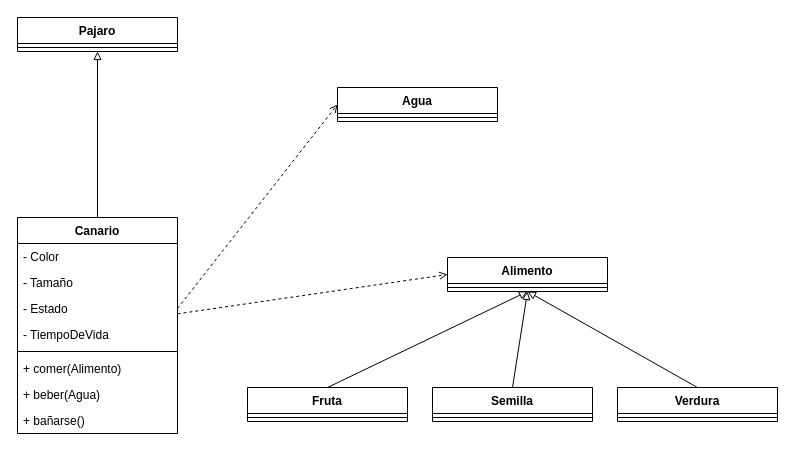
repocdlf/actividades-up keeps this draw.io diagram as page "DA1" (1 of 2) of analisis-de-sistemas/Diagrama de clases.drawio. Above is the earlier version. Source tidied: cells renumbered, new cells numbered last; positions are measured from the earlier drawing's top-left corner, leaving out a move shared by most shapes. Both pictures are drawn from the tidied source at 100%, with x=0, y=0 at pixel (17, 17).
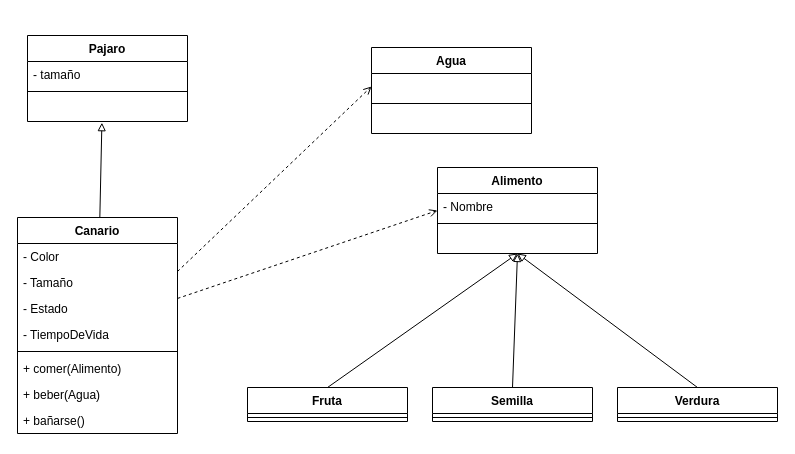
The same page after the edit.

The change refers to these unchanged cells:
```xml
<mxCell id="4" value="Canario" style="swimlane;fontStyle=1;align=center;verticalAlign=top;horizontal=1;startSize=26;whiteSpace=wrap;html=1;" parent="1" vertex="1">
  <mxGeometry y="200" width="160" height="216" as="geometry" />
</mxCell>
<mxCell id="7" value="- Estado" style="text;strokeColor=none;fillColor=none;align=left;verticalAlign=top;spacingLeft=4;spacingRight=4;overflow=hidden;points=[[0,0.5],[1,0.5]];portConstraint=eastwest;whiteSpace=wrap;html=1;" parent="4" vertex="1">
  <mxGeometry y="78" width="160" height="26" as="geometry" />
</mxCell>
<mxCell id="24" value="Verdura" style="swimlane;fontStyle=1;align=center;verticalAlign=top;horizontal=1;startSize=26;whiteSpace=wrap;html=1;" parent="1" vertex="1">
  <mxGeometry x="600" y="370" width="160" height="34" as="geometry" />
</mxCell>
```

Change to the diagram source:
```diff
@@
-    <mxCell id="2" style="edgeStyle=orthogonalEdgeStyle;rounded=0;jettySize=auto;html=1;entryX=0.5;entryY=1;entryDx=0;entryDy=0;endArrow=block;endFill=0;" parent="1" edge="1" source="4" target="13">
+    <mxCell id="2" style="rounded=0;jettySize=auto;html=1;entryX=0.465;entryY=1.046;entryDx=0;entryDy=0;endArrow=block;endFill=0;entryPerimeter=0;" parent="1" edge="1" source="4" target="34">
       <mxGeometry relative="1" as="geometry" />
     </mxCell>
@@
-    <mxCell id="13" value="Pajaro" style="swimlane;fontStyle=1;align=center;verticalAlign=top;horizontal=1;startSize=26;whiteSpace=wrap;html=1;" parent="1" vertex="1">
-      <mxGeometry width="160" height="34" as="geometry" />
-    </mxCell>
-    <mxCell id="14" style="line;strokeWidth=1;fillColor=none;align=left;verticalAlign=middle;spacingTop=-1;spacingLeft=3;spacingRight=3;labelPosition=right;strokeColor=inherit;" parent="13" vertex="1">
-      <mxGeometry y="26" width="160" height="8" as="geometry" />
-    </mxCell>
-    <mxCell id="15" value="Alimento" style="swimlane;fontStyle=1;align=center;verticalAlign=top;horizontal=1;startSize=26;whiteSpace=wrap;html=1;" parent="1" vertex="1">
-      <mxGeometry x="430" y="240" width="160" height="34" as="geometry" />
-    </mxCell>
-    <mxCell id="16" style="line;strokeWidth=1;fillColor=none;align=left;verticalAlign=middle;spacingTop=-1;spacingLeft=3;spacingRight=3;labelPosition=right;strokeColor=inherit;" parent="15" vertex="1">
-      <mxGeometry y="26" width="160" height="8" as="geometry" />
-    </mxCell>
@@
-    <mxCell id="23" style="rounded=0;jettySize=auto;html=1;entryX=0.5;entryY=1;entryDx=0;entryDy=0;exitX=0.5;exitY=0;exitDx=0;exitDy=0;endArrow=block;endFill=0;" parent="1" edge="1" source="24" target="15">
+    <mxCell id="23" style="rounded=0;jettySize=auto;html=1;exitX=0.5;exitY=0;exitDx=0;exitDy=0;endArrow=block;endFill=0;entryX=0.5;entryY=1;entryDx=0;entryDy=0;" parent="1" edge="1" source="24" target="15">
       <mxGeometry relative="1" as="geometry" />
     </mxCell>
@@
+    <mxCell id="28" style="rounded=0;jettySize=auto;html=1;entryX=0;entryY=0.5;entryDx=0;entryDy=0;exitX=1;exitY=0.25;exitDx=0;exitDy=0;dashed=1;endArrow=open;endFill=0;" parent="1" edge="1" source="4" target="35">
+      <mxGeometry relative="1" as="geometry" />
+    </mxCell>
+    <mxCell id="15" value="Alimento" style="swimlane;fontStyle=1;align=center;verticalAlign=top;horizontal=1;startSize=26;whiteSpace=wrap;html=1;" parent="1" vertex="1">
+      <mxGeometry x="420" y="150" width="160" height="86" as="geometry" />
+    </mxCell>
+    <mxCell id="29" value="- Nombre" style="text;strokeColor=none;fillColor=none;align=left;verticalAlign=top;spacingLeft=4;spacingRight=4;overflow=hidden;whiteSpace=wrap;html=1;" parent="15" vertex="1">
+      <mxGeometry y="26" width="160" height="26" as="geometry" />
+    </mxCell>
+    <mxCell id="30" style="line;strokeWidth=1;fillColor=none;align=left;verticalAlign=middle;spacingTop=-1;spacingLeft=3;spacingRight=3;labelPosition=right;strokeColor=inherit;" parent="15" vertex="1">
+      <mxGeometry y="52" width="160" height="8" as="geometry" />
+    </mxCell>
+    <mxCell id="31" value="&amp;nbsp;" style="text;strokeColor=none;fillColor=none;align=left;verticalAlign=top;spacingLeft=4;spacingRight=4;overflow=hidden;whiteSpace=wrap;html=1;" parent="15" vertex="1">
+      <mxGeometry y="60" width="160" height="26" as="geometry" />
+    </mxCell>
+    <mxCell id="13" value="Pajaro" style="swimlane;fontStyle=1;align=center;verticalAlign=top;horizontal=1;startSize=26;whiteSpace=wrap;html=1;" parent="1" vertex="1">
+      <mxGeometry x="10" y="18" width="160" height="86" as="geometry" />
+    </mxCell>
+    <mxCell id="32" value="- tamaño" style="text;strokeColor=none;fillColor=none;align=left;verticalAlign=top;spacingLeft=4;spacingRight=4;overflow=hidden;whiteSpace=wrap;html=1;" parent="13" vertex="1">
+      <mxGeometry y="26" width="160" height="26" as="geometry" />
+    </mxCell>
+    <mxCell id="33" style="line;strokeWidth=1;fillColor=none;align=left;verticalAlign=middle;spacingTop=-1;spacingLeft=3;spacingRight=3;labelPosition=right;strokeColor=inherit;" parent="13" vertex="1">
+      <mxGeometry y="52" width="160" height="8" as="geometry" />
+    </mxCell>
+    <mxCell id="34" value="&amp;nbsp;" style="text;strokeColor=none;fillColor=none;align=left;verticalAlign=top;spacingLeft=4;spacingRight=4;overflow=hidden;points=[[0,0.5],[1,0.5]];portConstraint=eastwest;whiteSpace=wrap;html=1;" parent="13" vertex="1">
+      <mxGeometry y="60" width="160" height="26" as="geometry" />
+    </mxCell>
     <mxCell id="26" value="Agua" style="swimlane;fontStyle=1;align=center;verticalAlign=top;horizontal=1;startSize=26;whiteSpace=wrap;html=1;" parent="1" vertex="1">
-      <mxGeometry x="320" y="70" width="160" height="34" as="geometry" />
+      <mxGeometry x="354" y="30" width="160" height="86" as="geometry" />
     </mxCell>
-    <mxCell id="27" style="line;strokeWidth=1;fillColor=none;align=left;verticalAlign=middle;spacingTop=-1;spacingLeft=3;spacingRight=3;labelPosition=right;strokeColor=inherit;" parent="26" vertex="1">
-      <mxGeometry y="26" width="160" height="8" as="geometry" />
-    </mxCell>
-    <mxCell id="28" style="rounded=0;jettySize=auto;html=1;entryX=0;entryY=0.5;entryDx=0;entryDy=0;exitX=1;exitY=0.5;exitDx=0;exitDy=0;dashed=1;endArrow=open;endFill=0;" parent="1" edge="1" source="7" target="26">
-      <mxGeometry relative="1" as="geometry" />
-    </mxCell>
+    <mxCell id="35" value="&amp;nbsp;" style="text;strokeColor=none;fillColor=none;align=left;verticalAlign=top;spacingLeft=4;spacingRight=4;overflow=hidden;points=[[0,0.5],[1,0.5]];portConstraint=eastwest;whiteSpace=wrap;html=1;" parent="26" vertex="1">
+      <mxGeometry y="26" width="160" height="26" as="geometry" />
+    </mxCell>
+    <mxCell id="36" style="line;strokeWidth=1;fillColor=none;align=left;verticalAlign=middle;spacingTop=-1;spacingLeft=3;spacingRight=3;labelPosition=right;strokeColor=inherit;" parent="26" vertex="1">
+      <mxGeometry y="52" width="160" height="8" as="geometry" />
+    </mxCell>
+    <mxCell id="37" value="&amp;nbsp;" style="text;strokeColor=none;fillColor=none;align=left;verticalAlign=top;spacingLeft=4;spacingRight=4;overflow=hidden;whiteSpace=wrap;html=1;" parent="26" vertex="1">
+      <mxGeometry y="60" width="160" height="26" as="geometry" />
+    </mxCell>
```
